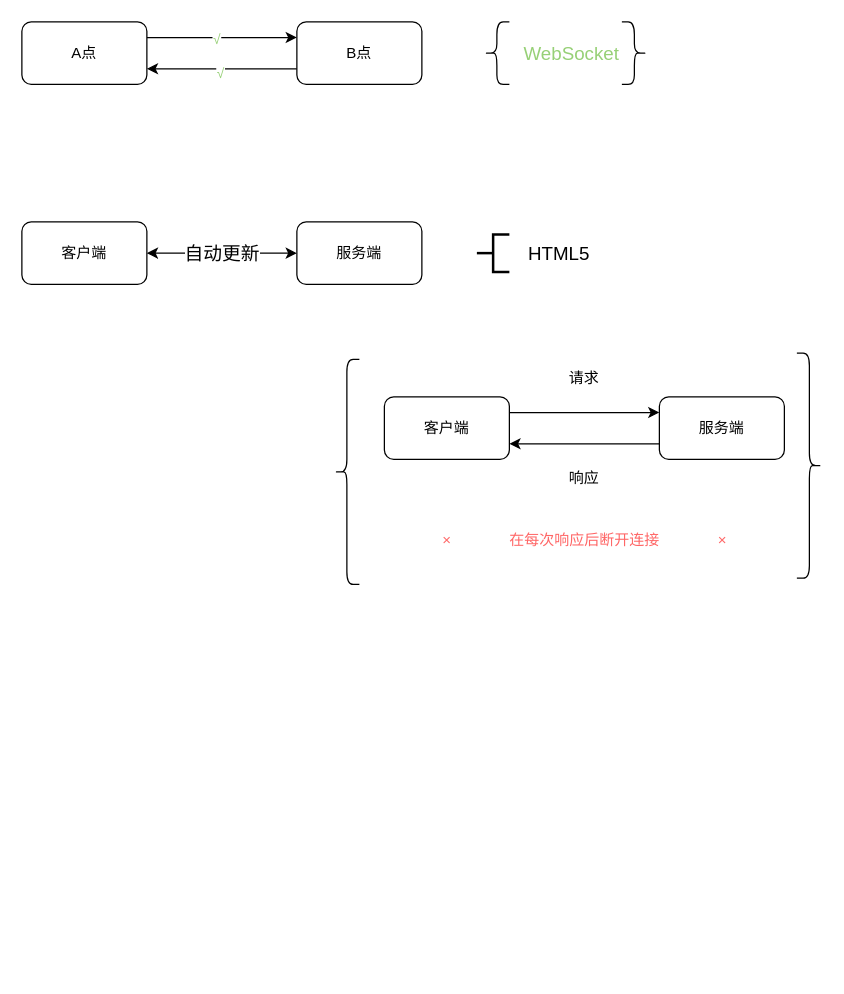
Before: Untitled Diagram.drawio in Ekko306/diagrams.net, a draw.io diagram. Source tidied: cells renumbered, new cells numbered last; positions are measured from the earlier drawing's top-left corner, leaving out a move shared by most shapes. Both pictures are drawn from the tidied source at 125%, with x=0, y=0 at pixel (21, 21).
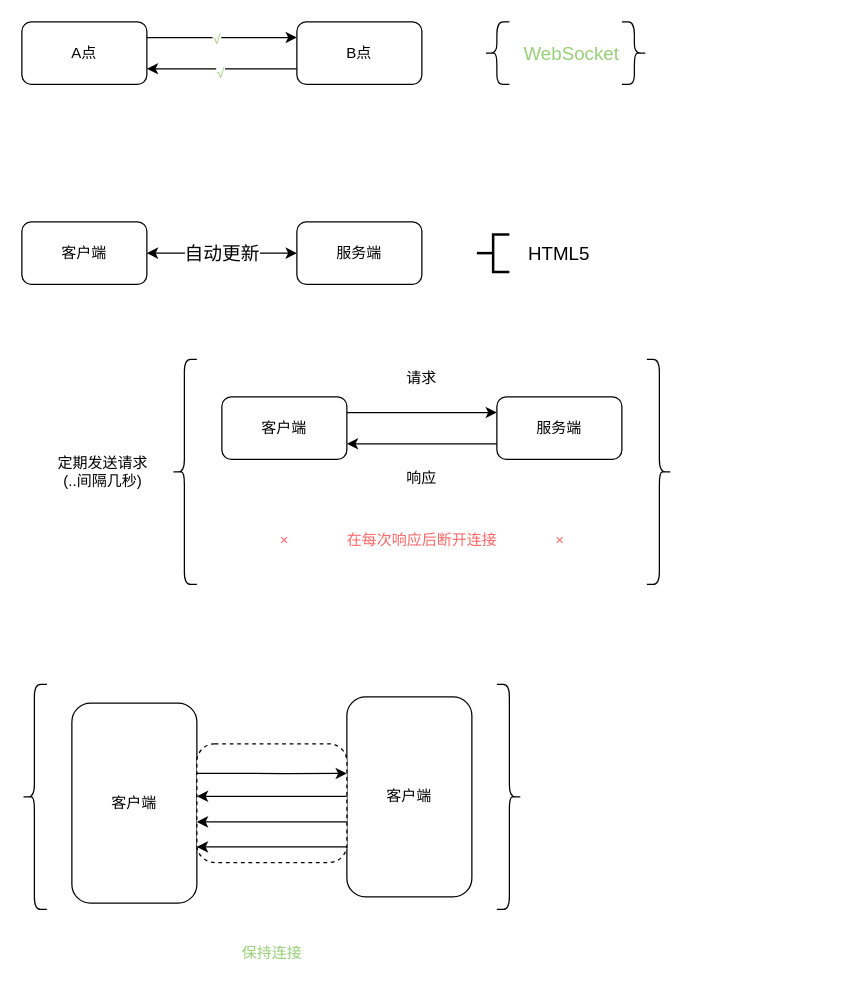
After the change.

Diff of the diagram source:
```diff
@@
     <mxCell id="18" value="客户端" style="rounded=1;whiteSpace=wrap;html=1;" parent="1" vertex="1">
-      <mxGeometry x="290" y="300" width="100" height="50" as="geometry" />
+      <mxGeometry x="160" y="300" width="100" height="50" as="geometry" />
     </mxCell>
@@
     <mxCell id="20" value="服务端" style="rounded=1;whiteSpace=wrap;html=1;" parent="1" vertex="1">
-      <mxGeometry x="510" y="300" width="100" height="50" as="geometry" />
+      <mxGeometry x="380" y="300" width="100" height="50" as="geometry" />
     </mxCell>
     <mxCell id="21" value="请求" style="text;html=1;strokeColor=none;fillColor=none;align=center;verticalAlign=middle;whiteSpace=wrap;rounded=0;" parent="1" vertex="1">
-      <mxGeometry x="420" y="270" width="60" height="30" as="geometry" />
+      <mxGeometry x="290" y="270" width="60" height="30" as="geometry" />
     </mxCell>
     <mxCell id="22" value="响应" style="text;html=1;strokeColor=none;fillColor=none;align=center;verticalAlign=middle;whiteSpace=wrap;rounded=0;" parent="1" vertex="1">
-      <mxGeometry x="420" y="350" width="60" height="30" as="geometry" />
+      <mxGeometry x="290" y="350" width="60" height="30" as="geometry" />
     </mxCell>
     <mxCell id="23" style="shape=curlyBracket;whiteSpace=wrap;html=1;rounded=1;fontColor=#97D077;size=0.5;" parent="1" vertex="1">
-      <mxGeometry x="250" y="270" width="20" height="180" as="geometry" />
+      <mxGeometry x="120" y="270" width="20" height="180" as="geometry" />
     </mxCell>
     <mxCell id="24" style="shape=curlyBracket;whiteSpace=wrap;html=1;rounded=1;flipH=1;fontColor=#97D077;" parent="1" vertex="1">
-      <mxGeometry x="620" y="265" width="20" height="180" as="geometry" />
+      <mxGeometry x="500" y="270" width="20" height="180" as="geometry" />
     </mxCell>
     <mxCell id="25" value="×&amp;nbsp; &amp;nbsp; &amp;nbsp; &amp;nbsp; &amp;nbsp; &amp;nbsp; &amp;nbsp; 在每次响应后断开连接&amp;nbsp; &amp;nbsp; &amp;nbsp; &amp;nbsp; &amp;nbsp; &amp;nbsp; &amp;nbsp;&amp;nbsp;×" style="text;html=1;strokeColor=none;fillColor=none;align=center;verticalAlign=middle;whiteSpace=wrap;rounded=0;fontColor=#FF6666;" parent="1" vertex="1">
-      <mxGeometry x="262.5" y="400" width="375" height="30" as="geometry" />
+      <mxGeometry x="132.5" y="400" width="375" height="30" as="geometry" />
     </mxCell>
+    <mxCell id="26" value="定期发送请求&lt;br&gt;(..间隔几秒)" style="text;html=1;strokeColor=none;fillColor=none;align=center;verticalAlign=middle;whiteSpace=wrap;rounded=0;" parent="1" vertex="1">
+      <mxGeometry y="330" width="130" height="60" as="geometry" />
+    </mxCell>
+    <mxCell id="27" value="客户端" style="rounded=1;whiteSpace=wrap;html=1;" parent="1" vertex="1">
+      <mxGeometry x="40" y="545" width="100" height="160" as="geometry" />
+    </mxCell>
+    <mxCell id="28" style="shape=curlyBracket;whiteSpace=wrap;html=1;rounded=1;fontColor=#97D077;size=0.5;" parent="1" vertex="1">
+      <mxGeometry y="530" width="20" height="180" as="geometry" />
+    </mxCell>
+    <mxCell id="29" style="shape=curlyBracket;whiteSpace=wrap;html=1;rounded=1;flipH=1;fontColor=#97D077;" parent="1" vertex="1">
+      <mxGeometry x="380" y="530" width="20" height="180" as="geometry" />
+    </mxCell>
+    <mxCell id="30" value="保持连接" style="text;html=1;strokeColor=none;fillColor=none;align=center;verticalAlign=middle;whiteSpace=wrap;rounded=0;fontColor=#97D077;" parent="1" vertex="1">
+      <mxGeometry x="12.5" y="730" width="375" height="30" as="geometry" />
+    </mxCell>
+    <mxCell id="31" value="客户端" style="rounded=1;whiteSpace=wrap;html=1;" parent="1" vertex="1">
+      <mxGeometry x="260" y="540" width="100" height="160" as="geometry" />
+    </mxCell>
+    <mxCell id="32" style="rounded=1;whiteSpace=wrap;html=1;fontColor=#97D077;dashed=1;" parent="1" vertex="1">
+      <mxGeometry x="140" y="577.5" width="120" height="95" as="geometry" />
+    </mxCell>
+    <mxCell id="33" style="edgeStyle=orthogonalEdgeStyle;rounded=0;orthogonalLoop=1;jettySize=auto;html=1;exitX=0;exitY=0.25;exitDx=0;exitDy=0;entryX=1;entryY=0.25;entryDx=0;entryDy=0;fontColor=#97D077;" parent="1" edge="1" source="32" target="32">
+      <mxGeometry relative="1" as="geometry">
+        <Array as="points">
+          <mxPoint x="210" y="601" />
+          <mxPoint x="210" y="601" />
+        </Array>
+      </mxGeometry>
+    </mxCell>
+    <mxCell id="34" style="endArrow=classic;html=1;rounded=0;fontColor=#97D077;" parent="1" edge="1">
+      <mxGeometry relative="1" as="geometry">
+        <mxPoint x="260" y="619.5" as="sourcePoint" />
+        <mxPoint x="140" y="619.5" as="targetPoint" />
+      </mxGeometry>
+    </mxCell>
+    <mxCell id="35" style="endArrow=classic;html=1;rounded=0;fontColor=#97D077;" parent="1" edge="1">
+      <mxGeometry relative="1" as="geometry">
+        <mxPoint x="260" y="640" as="sourcePoint" />
+        <mxPoint x="140" y="640" as="targetPoint" />
+      </mxGeometry>
+    </mxCell>
+    <mxCell id="36" style="endArrow=classic;html=1;rounded=0;fontColor=#97D077;" parent="1" edge="1">
+      <mxGeometry relative="1" as="geometry">
+        <mxPoint x="260" y="660" as="sourcePoint" />
+        <mxPoint x="140" y="660" as="targetPoint" />
+      </mxGeometry>
+    </mxCell>
```
